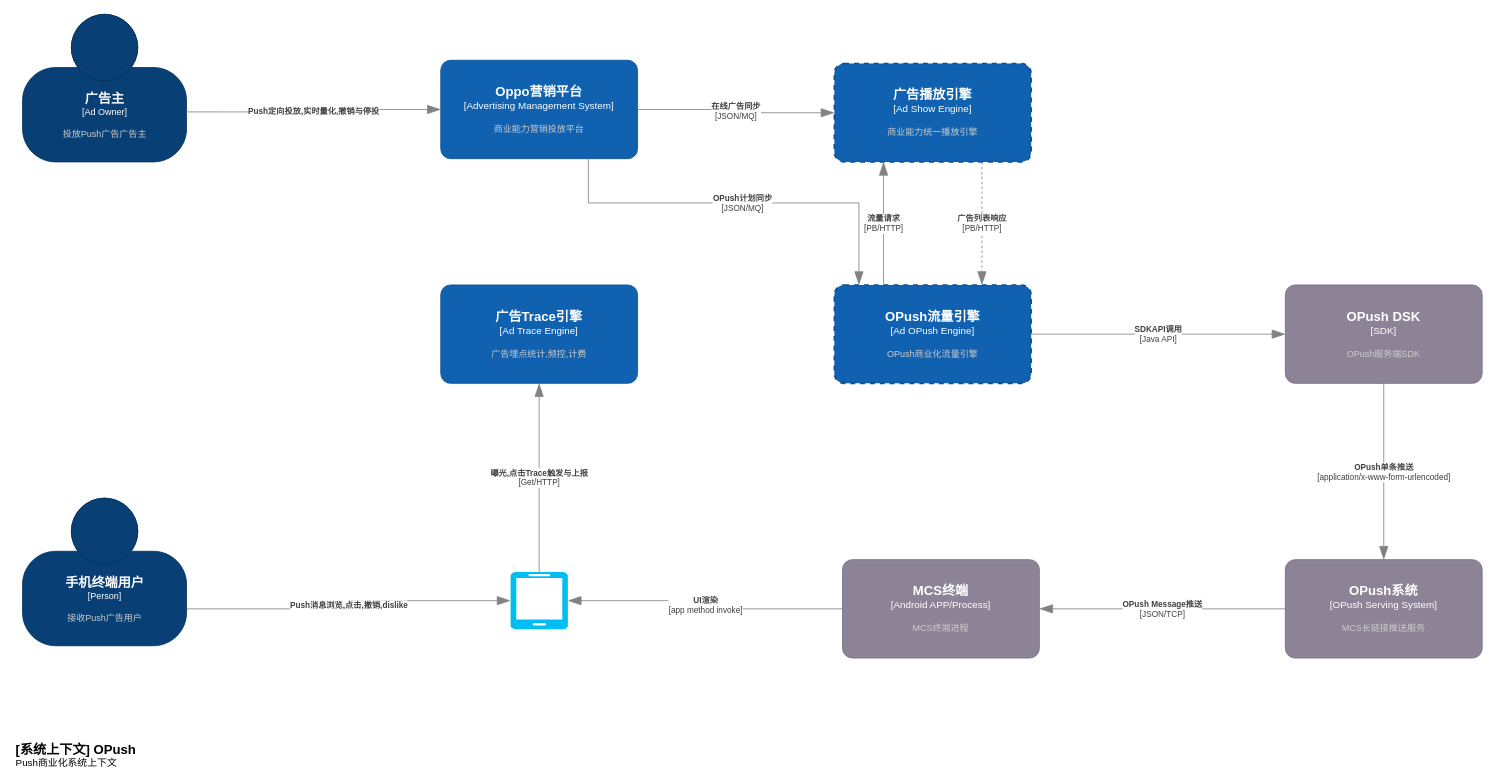
karlchan-cn/drawio-repository keeps this draw.io diagram as page "Context" (1 of 6) of universal-engine/OPush.drawio. Above is the earlier version. Source tidied: cells renumbered, new cells numbered last; positions are measured from the earlier drawing's top-left corner, leaving out a move shared by most shapes. Both pictures are drawn from the tidied source at 82%, with x=0, y=0 at pixel (14, 14).
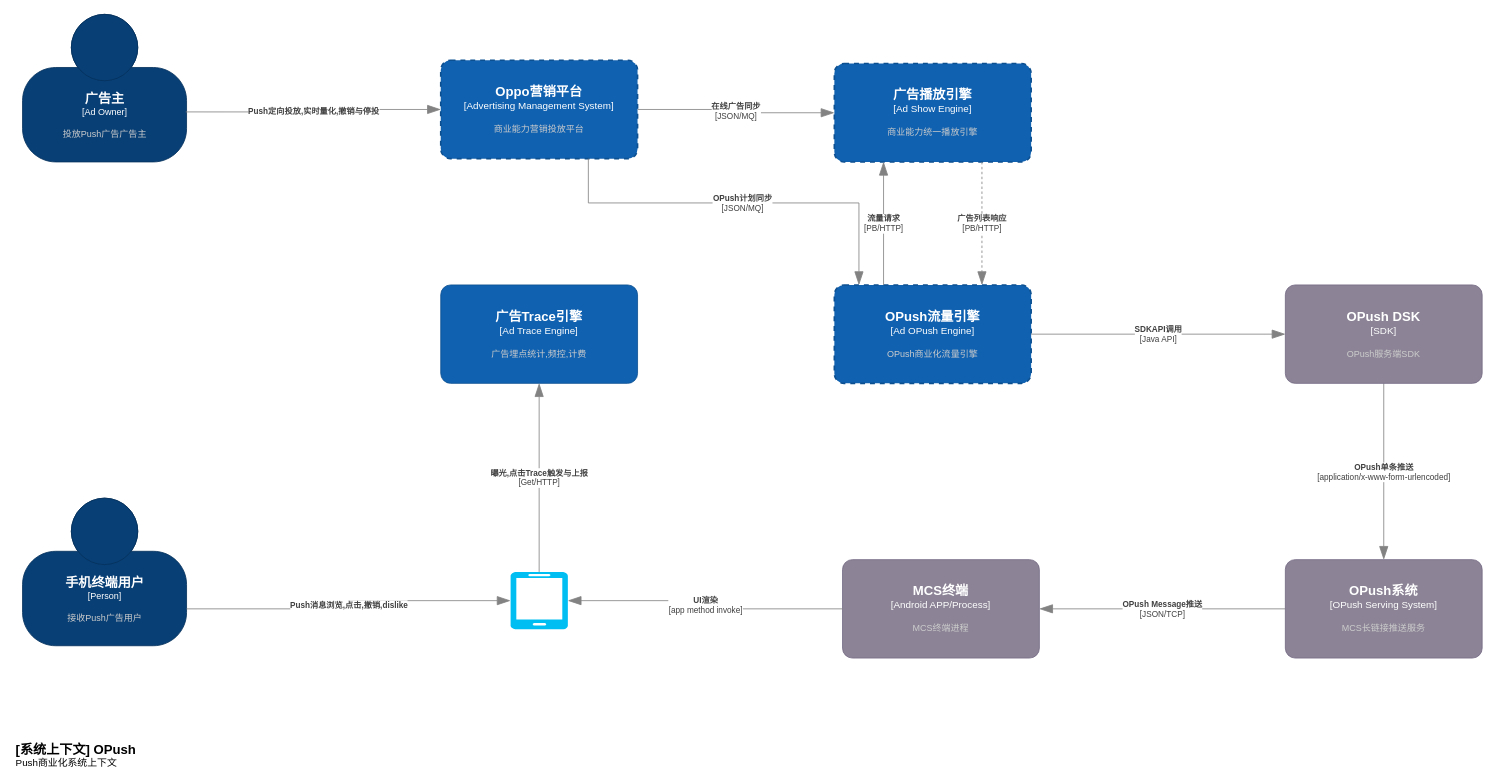
The same page after the edit.

Diff of the diagram source:
```diff
@@
     <object id="5" label="&lt;font style=&quot;font-size: 16px&quot;&gt;&lt;b&gt;%c4Name%&lt;/b&gt;&lt;/font&gt;&lt;div&gt;[%c4Type%]&lt;/div&gt;&lt;br&gt;&lt;div&gt;&lt;font style=&quot;font-size: 11px&quot;&gt;&lt;font color=&quot;#cccccc&quot;&gt;%c4Description%&lt;/font&gt;&lt;/div&gt;" c4Description="商业能力营销投放平台" c4Name="Oppo营销平台" c4Type="Advertising Management System" placeholders="1">
-      <mxCell style="rounded=1;whiteSpace=wrap;html=1;labelBackgroundColor=none;fillColor=#1061B0;fontColor=#ffffff;align=center;arcSize=10;strokeColor=#0D5091;points=[[0.25,0,0],[0.5,0,0],[0.75,0,0],[1,0.25,0],[1,0.5,0],[1,0.75,0],[0.75,1,0],[0.5,1,0],[0.25,1,0],[0,0.75,0],[0,0.5,0],[0,0.25,0]];" parent="1" vertex="1">
+      <mxCell style="rounded=1;whiteSpace=wrap;html=1;labelBackgroundColor=none;fillColor=#1061B0;fontColor=#ffffff;align=center;arcSize=10;strokeColor=#0D5091;points=[[0.25,0,0],[0.5,0,0],[0.75,0,0],[1,0.25,0],[1,0.5,0],[1,0.75,0],[0.75,1,0],[0.5,1,0],[0.25,1,0],[0,0.75,0],[0,0.5,0],[0,0.25,0]];dashed=1;strokeWidth=2;" parent="1" vertex="1">
         <mxGeometry x="520" y="56" width="240" height="120" as="geometry" />
       </mxCell>
     </object>
```
